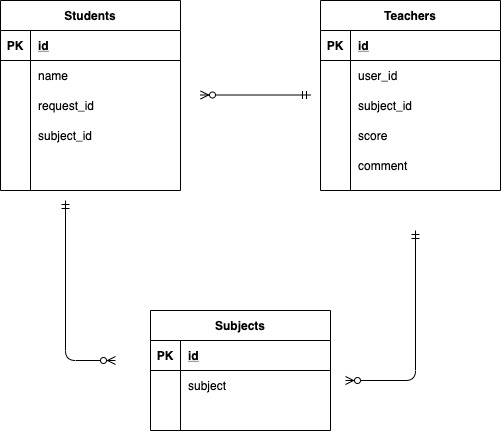
Earlier version of the draw.io export index.drawio.png (nakamura-jin/diagram). Source tidied: cells renumbered, new cells last; positions are measured from the earlier drawing's top-left corner, leaving out a move shared by most shapes.
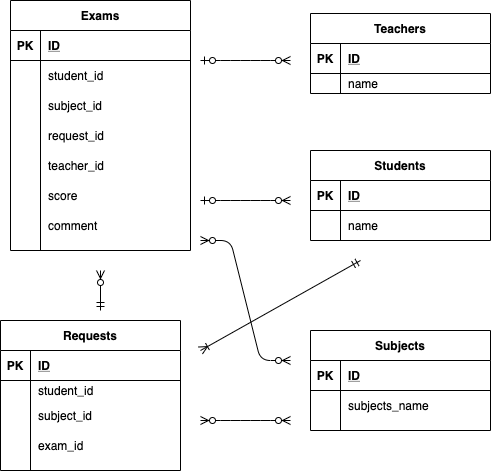
The same diagram one commit later.

Diff of the diagram source:
```diff
@@ -2,155 +2,209 @@
   <root>
     <mxCell id="0" />
     <mxCell id="1" parent="0" />
-    <mxCell id="2" value="Students" style="shape=table;startSize=30;rowLines=0;fontStyle=1;align=center;" parent="1" vertex="1">
-      <mxGeometry width="180" height="190" as="geometry" />
-    </mxCell>
-    <mxCell id="3" style="shape=partialRectangle;fillColor=none;top=0;left=0;bottom=1;right=0;" parent="2" vertex="1">
-      <mxGeometry y="30" width="180" height="30" as="geometry" />
-    </mxCell>
-    <mxCell id="4" value="PK" style="shape=partialRectangle;fillColor=none;top=0;left=0;bottom=0;right=0;fontStyle=1;overflow=hidden;" parent="3" vertex="1">
-      <mxGeometry width="30" height="30" as="geometry" />
-    </mxCell>
-    <mxCell id="5" value="id" style="shape=partialRectangle;fillColor=none;top=0;left=0;bottom=0;right=0;align=left;spacingLeft=6;fontStyle=5;overflow=hidden;" parent="3" vertex="1">
-      <mxGeometry x="30" width="150" height="30" as="geometry" />
-    </mxCell>
-    <mxCell id="6" style="shape=partialRectangle;fillColor=none;top=0;left=0;bottom=0;right=0;" parent="2" vertex="1">
-      <mxGeometry y="60" width="180" height="30" as="geometry" />
-    </mxCell>
-    <mxCell id="7" style="shape=partialRectangle;fillColor=none;top=0;left=0;bottom=0;right=0;overflow=hidden;" parent="6" vertex="1">
-      <mxGeometry width="30" height="30" as="geometry" />
-    </mxCell>
+    <mxCell id="33" value="Students" style="shape=table;startSize=30;rowLines=0;fontStyle=1;align=center;" parent="1" vertex="1">
+      <mxGeometry x="280" y="110" width="180" height="90" as="geometry" />
+    </mxCell>
+    <mxCell id="47" style="shape=partialRectangle;fillColor=none;top=0;left=0;bottom=1;right=0;" parent="33" vertex="1">
+      <mxGeometry y="30" width="180" height="30" as="geometry" />
+    </mxCell>
+    <mxCell id="48" value="PK" style="shape=partialRectangle;fillColor=none;top=0;left=0;bottom=0;right=0;fontStyle=1;overflow=hidden;" parent="47" vertex="1">
+      <mxGeometry width="30" height="30" as="geometry" />
+    </mxCell>
+    <mxCell id="49" value="ID" style="shape=partialRectangle;fillColor=none;top=0;left=0;bottom=0;right=0;align=left;spacingLeft=6;fontStyle=5;overflow=hidden;" parent="47" vertex="1">
+      <mxGeometry x="30" width="150" height="30" as="geometry" />
+    </mxCell>
+    <mxCell id="50" style="shape=partialRectangle;fillColor=none;top=0;left=0;bottom=0;right=0;" parent="33" vertex="1">
+      <mxGeometry y="60" width="180" height="30" as="geometry" />
+    </mxCell>
+    <mxCell id="51" style="shape=partialRectangle;fillColor=none;top=0;left=0;bottom=0;right=0;overflow=hidden;" parent="50" vertex="1">
+      <mxGeometry width="30" height="30" as="geometry" />
+    </mxCell>
-    <mxCell id="8" value="name" style="shape=partialRectangle;fillColor=none;top=0;left=0;bottom=0;right=0;align=left;spacingLeft=6;overflow=hidden;" parent="6" vertex="1">
+    <mxCell id="8" value="name" style="shape=partialRectangle;fillColor=none;top=0;left=0;bottom=0;right=0;align=left;spacingLeft=6;overflow=hidden;" parent="50" vertex="1">
       <mxGeometry x="30" width="150" height="30" as="geometry" />
     </mxCell>
-    <mxCell id="9" style="shape=partialRectangle;fillColor=none;top=0;left=0;bottom=0;right=0;" parent="2" vertex="1">
-      <mxGeometry y="90" width="180" height="30" as="geometry" />
-    </mxCell>
-    <mxCell id="10" style="shape=partialRectangle;fillColor=none;top=0;left=0;bottom=0;right=0;overflow=hidden;" parent="9" vertex="1">
-      <mxGeometry width="30" height="30" as="geometry" />
-    </mxCell>
+    <mxCell id="18" value="Teachers" style="shape=table;startSize=30;rowLines=0;fontStyle=1;align=center;" parent="1" vertex="1">
+      <mxGeometry x="280" y="-27" width="180" height="80" as="geometry" />
+    </mxCell>
+    <mxCell id="52" style="shape=partialRectangle;fillColor=none;top=0;left=0;bottom=1;right=0;" parent="18" vertex="1">
+      <mxGeometry y="30" width="180" height="30" as="geometry" />
+    </mxCell>
+    <mxCell id="53" value="PK" style="shape=partialRectangle;fillColor=none;top=0;left=0;bottom=0;right=0;fontStyle=1;overflow=hidden;" parent="52" vertex="1">
+      <mxGeometry width="30" height="30" as="geometry" />
+    </mxCell>
+    <mxCell id="54" value="ID" style="shape=partialRectangle;fillColor=none;top=0;left=0;bottom=0;right=0;align=left;spacingLeft=6;fontStyle=5;overflow=hidden;" parent="52" vertex="1">
+      <mxGeometry x="30" width="150" height="30" as="geometry" />
+    </mxCell>
+    <mxCell id="55" style="shape=partialRectangle;fillColor=none;top=0;left=0;bottom=0;right=0;" parent="18" vertex="1">
+      <mxGeometry y="60" width="180" height="20" as="geometry" />
+    </mxCell>
+    <mxCell id="56" style="shape=partialRectangle;fillColor=none;top=0;left=0;bottom=0;right=0;overflow=hidden;" parent="55" vertex="1">
+      <mxGeometry width="30" height="20" as="geometry" />
+    </mxCell>
+    <mxCell id="57" value="name" style="shape=partialRectangle;fillColor=none;top=0;left=0;bottom=0;right=0;align=left;spacingLeft=6;overflow=hidden;" parent="55" vertex="1">
+      <mxGeometry x="30" width="150" height="20" as="geometry" />
+    </mxCell>
+    <mxCell id="36" value="Subjects" style="shape=table;startSize=30;rowLines=0;fontStyle=1;align=center;" parent="1" vertex="1">
+      <mxGeometry x="280" y="290" width="180" height="100" as="geometry" />
+    </mxCell>
+    <mxCell id="58" style="shape=partialRectangle;fillColor=none;top=0;left=0;bottom=1;right=0;" parent="36" vertex="1">
+      <mxGeometry y="30" width="180" height="30" as="geometry" />
+    </mxCell>
+    <mxCell id="59" value="PK" style="shape=partialRectangle;fillColor=none;top=0;left=0;bottom=0;right=0;fontStyle=1;overflow=hidden;" parent="58" vertex="1">
+      <mxGeometry width="30" height="30" as="geometry" />
+    </mxCell>
+    <mxCell id="60" value="ID" style="shape=partialRectangle;fillColor=none;top=0;left=0;bottom=0;right=0;align=left;spacingLeft=6;fontStyle=5;overflow=hidden;" parent="58" vertex="1">
+      <mxGeometry x="30" width="150" height="30" as="geometry" />
+    </mxCell>
+    <mxCell id="61" style="shape=partialRectangle;fillColor=none;top=0;left=0;bottom=0;right=0;" parent="36" vertex="1">
+      <mxGeometry y="60" width="180" height="30" as="geometry" />
+    </mxCell>
+    <mxCell id="62" style="shape=partialRectangle;fillColor=none;top=0;left=0;bottom=0;right=0;overflow=hidden;" parent="61" vertex="1">
+      <mxGeometry width="30" height="30" as="geometry" />
+    </mxCell>
+    <mxCell id="63" value="subjects_name" style="shape=partialRectangle;fillColor=none;top=0;left=0;bottom=0;right=0;align=left;spacingLeft=6;overflow=hidden;" parent="61" vertex="1">
+      <mxGeometry x="30" width="150" height="30" as="geometry" />
+    </mxCell>
+    <mxCell id="64" value="Requests" style="shape=table;startSize=30;rowLines=0;fontStyle=1;align=center;" parent="1" vertex="1">
+      <mxGeometry x="-30" y="280" width="180" height="150" as="geometry" />
+    </mxCell>
+    <mxCell id="65" style="shape=partialRectangle;fillColor=none;top=0;left=0;bottom=1;right=0;" parent="64" vertex="1">
+      <mxGeometry y="30" width="180" height="30" as="geometry" />
+    </mxCell>
+    <mxCell id="66" value="PK" style="shape=partialRectangle;fillColor=none;top=0;left=0;bottom=0;right=0;fontStyle=1;overflow=hidden;" parent="65" vertex="1">
+      <mxGeometry width="30" height="30" as="geometry" />
+    </mxCell>
+    <mxCell id="67" value="ID" style="shape=partialRectangle;fillColor=none;top=0;left=0;bottom=0;right=0;align=left;spacingLeft=6;fontStyle=5;overflow=hidden;" parent="65" vertex="1">
+      <mxGeometry x="30" width="150" height="30" as="geometry" />
+    </mxCell>
+    <mxCell id="68" style="shape=partialRectangle;fillColor=none;top=0;left=0;bottom=0;right=0;" parent="64" vertex="1">
+      <mxGeometry y="60" width="180" height="20" as="geometry" />
+    </mxCell>
+    <mxCell id="69" style="shape=partialRectangle;fillColor=none;top=0;left=0;bottom=0;right=0;overflow=hidden;" parent="68" vertex="1">
+      <mxGeometry width="30" height="20" as="geometry" />
+    </mxCell>
+    <mxCell id="70" value="student_id" style="shape=partialRectangle;fillColor=none;top=0;left=0;bottom=0;right=0;align=left;spacingLeft=6;overflow=hidden;" parent="68" vertex="1">
+      <mxGeometry x="30" width="150" height="20" as="geometry" />
+    </mxCell>
+    <mxCell id="71" style="shape=partialRectangle;fillColor=none;top=0;left=0;bottom=0;right=0;" parent="64" vertex="1">
+      <mxGeometry y="80" width="180" height="30" as="geometry" />
+    </mxCell>
+    <mxCell id="72" style="shape=partialRectangle;fillColor=none;top=0;left=0;bottom=0;right=0;overflow=hidden;" parent="71" vertex="1">
+      <mxGeometry width="30" height="30" as="geometry" />
+    </mxCell>
+    <mxCell id="73" value="subject_id" style="shape=partialRectangle;fillColor=none;top=0;left=0;bottom=0;right=0;align=left;spacingLeft=6;overflow=hidden;" parent="71" vertex="1">
+      <mxGeometry x="30" width="150" height="30" as="geometry" />
+    </mxCell>
+    <mxCell id="74" style="shape=partialRectangle;fillColor=none;top=0;left=0;bottom=0;right=0;" parent="64" vertex="1">
+      <mxGeometry y="110" width="180" height="30" as="geometry" />
+    </mxCell>
+    <mxCell id="75" style="shape=partialRectangle;fillColor=none;top=0;left=0;bottom=0;right=0;overflow=hidden;" parent="74" vertex="1">
+      <mxGeometry width="30" height="30" as="geometry" />
+    </mxCell>
+    <mxCell id="76" value="exam_id" style="shape=partialRectangle;fillColor=none;top=0;left=0;bottom=0;right=0;align=left;spacingLeft=6;overflow=hidden;" parent="74" vertex="1">
+      <mxGeometry x="30" width="150" height="30" as="geometry" />
+    </mxCell>
+    <mxCell id="77" value="Exams" style="shape=table;startSize=30;rowLines=0;fontStyle=1;align=center;" parent="1" vertex="1">
+      <mxGeometry x="-20" y="-40" width="180" height="250" as="geometry" />
+    </mxCell>
+    <mxCell id="78" style="shape=partialRectangle;fillColor=none;top=0;left=0;bottom=1;right=0;" parent="77" vertex="1">
+      <mxGeometry y="30" width="180" height="30" as="geometry" />
+    </mxCell>
+    <mxCell id="79" value="PK" style="shape=partialRectangle;fillColor=none;top=0;left=0;bottom=0;right=0;fontStyle=1;overflow=hidden;" parent="78" vertex="1">
+      <mxGeometry width="30" height="30" as="geometry" />
+    </mxCell>
+    <mxCell id="80" value="ID" style="shape=partialRectangle;fillColor=none;top=0;left=0;bottom=0;right=0;align=left;spacingLeft=6;fontStyle=5;overflow=hidden;" parent="78" vertex="1">
+      <mxGeometry x="30" width="150" height="30" as="geometry" />
+    </mxCell>
+    <mxCell id="81" style="shape=partialRectangle;fillColor=none;top=0;left=0;bottom=0;right=0;" parent="77" vertex="1">
+      <mxGeometry y="60" width="180" height="30" as="geometry" />
+    </mxCell>
+    <mxCell id="82" style="shape=partialRectangle;fillColor=none;top=0;left=0;bottom=0;right=0;overflow=hidden;" parent="81" vertex="1">
+      <mxGeometry width="30" height="30" as="geometry" />
+    </mxCell>
+    <mxCell id="83" value="student_id" style="shape=partialRectangle;fillColor=none;top=0;left=0;bottom=0;right=0;align=left;spacingLeft=6;overflow=hidden;" parent="81" vertex="1">
+      <mxGeometry x="30" width="150" height="30" as="geometry" />
+    </mxCell>
+    <mxCell id="84" style="shape=partialRectangle;fillColor=none;top=0;left=0;bottom=0;right=0;" parent="77" vertex="1">
+      <mxGeometry y="90" width="180" height="30" as="geometry" />
+    </mxCell>
+    <mxCell id="85" style="shape=partialRectangle;fillColor=none;top=0;left=0;bottom=0;right=0;overflow=hidden;" parent="84" vertex="1">
+      <mxGeometry width="30" height="30" as="geometry" />
+    </mxCell>
+    <mxCell id="86" value="subject_id" style="shape=partialRectangle;fillColor=none;top=0;left=0;bottom=0;right=0;align=left;spacingLeft=6;overflow=hidden;" parent="84" vertex="1">
+      <mxGeometry x="30" width="150" height="30" as="geometry" />
+    </mxCell>
+    <mxCell id="87" style="shape=partialRectangle;fillColor=none;top=0;left=0;bottom=0;right=0;" parent="77" vertex="1">
+      <mxGeometry y="120" width="180" height="30" as="geometry" />
+    </mxCell>
+    <mxCell id="88" style="shape=partialRectangle;fillColor=none;top=0;left=0;bottom=0;right=0;overflow=hidden;" parent="87" vertex="1">
+      <mxGeometry width="30" height="30" as="geometry" />
+    </mxCell>
-    <mxCell id="11" value="request_id" style="shape=partialRectangle;fillColor=none;top=0;left=0;bottom=0;right=0;align=left;spacingLeft=6;overflow=hidden;" parent="9" vertex="1">
+    <mxCell id="11" value="request_id" style="shape=partialRectangle;fillColor=none;top=0;left=0;bottom=0;right=0;align=left;spacingLeft=6;overflow=hidden;" parent="87" vertex="1">
       <mxGeometry x="30" width="150" height="30" as="geometry" />
     </mxCell>
-    <mxCell id="12" style="shape=partialRectangle;fillColor=none;top=0;left=0;bottom=0;right=0;" parent="2" vertex="1">
-      <mxGeometry y="120" width="180" height="30" as="geometry" />
-    </mxCell>
-    <mxCell id="13" style="shape=partialRectangle;fillColor=none;top=0;left=0;bottom=0;right=0;overflow=hidden;" parent="12" vertex="1">
-      <mxGeometry width="30" height="30" as="geometry" />
-    </mxCell>
-    <mxCell id="14" value="subject_id" style="shape=partialRectangle;fillColor=none;top=0;left=0;bottom=0;right=0;align=left;spacingLeft=6;overflow=hidden;" parent="12" vertex="1">
-      <mxGeometry x="30" width="150" height="30" as="geometry" />
-    </mxCell>
-    <mxCell id="15" style="shape=partialRectangle;fillColor=none;top=0;left=0;bottom=0;right=0;" parent="2" vertex="1">
-      <mxGeometry y="150" width="180" height="30" as="geometry" />
-    </mxCell>
-    <mxCell id="16" style="shape=partialRectangle;fillColor=none;top=0;left=0;bottom=0;right=0;overflow=hidden;" parent="15" vertex="1">
-      <mxGeometry width="30" height="30" as="geometry" />
-    </mxCell>
-    <mxCell id="17" style="shape=partialRectangle;fillColor=none;top=0;left=0;bottom=0;right=0;align=left;spacingLeft=6;overflow=hidden;" parent="15" vertex="1">
-      <mxGeometry x="30" width="150" height="30" as="geometry" />
-    </mxCell>
-    <mxCell id="18" value="Teachers" style="shape=table;startSize=30;rowLines=0;fontStyle=1;align=center;" parent="1" vertex="1">
-      <mxGeometry x="320" width="180" height="190" as="geometry" />
-    </mxCell>
-    <mxCell id="19" style="shape=partialRectangle;fillColor=none;top=0;left=0;bottom=1;right=0;" parent="18" vertex="1">
-      <mxGeometry y="30" width="180" height="30" as="geometry" />
-    </mxCell>
-    <mxCell id="20" value="PK" style="shape=partialRectangle;fillColor=none;top=0;left=0;bottom=0;right=0;fontStyle=1;overflow=hidden;" parent="19" vertex="1">
-      <mxGeometry width="30" height="30" as="geometry" />
-    </mxCell>
-    <mxCell id="21" value="id" style="shape=partialRectangle;fillColor=none;top=0;left=0;bottom=0;right=0;align=left;spacingLeft=6;fontStyle=5;overflow=hidden;" parent="19" vertex="1">
-      <mxGeometry x="30" width="150" height="30" as="geometry" />
-    </mxCell>
-    <mxCell id="22" style="shape=partialRectangle;fillColor=none;top=0;left=0;bottom=0;right=0;" parent="18" vertex="1">
-      <mxGeometry y="60" width="180" height="30" as="geometry" />
-    </mxCell>
-    <mxCell id="23" style="shape=partialRectangle;fillColor=none;top=0;left=0;bottom=0;right=0;overflow=hidden;" parent="22" vertex="1">
-      <mxGeometry width="30" height="30" as="geometry" />
-    </mxCell>
-    <mxCell id="24" value="user_id" style="shape=partialRectangle;fillColor=none;top=0;left=0;bottom=0;right=0;align=left;spacingLeft=6;overflow=hidden;" parent="22" vertex="1">
-      <mxGeometry x="30" width="150" height="30" as="geometry" />
-    </mxCell>
-    <mxCell id="25" style="shape=partialRectangle;fillColor=none;top=0;left=0;bottom=0;right=0;" parent="18" vertex="1">
-      <mxGeometry y="90" width="180" height="30" as="geometry" />
-    </mxCell>
-    <mxCell id="26" style="shape=partialRectangle;fillColor=none;top=0;left=0;bottom=0;right=0;overflow=hidden;" parent="25" vertex="1">
-      <mxGeometry width="30" height="30" as="geometry" />
-    </mxCell>
-    <mxCell id="27" value="subject_id" style="shape=partialRectangle;fillColor=none;top=0;left=0;bottom=0;right=0;align=left;spacingLeft=6;overflow=hidden;" parent="25" vertex="1">
-      <mxGeometry x="30" width="150" height="30" as="geometry" />
-    </mxCell>
-    <mxCell id="28" style="shape=partialRectangle;fillColor=none;top=0;left=0;bottom=0;right=0;" parent="18" vertex="1">
-      <mxGeometry y="120" width="180" height="30" as="geometry" />
-    </mxCell>
-    <mxCell id="29" style="shape=partialRectangle;fillColor=none;top=0;left=0;bottom=0;right=0;overflow=hidden;" parent="28" vertex="1">
-      <mxGeometry width="30" height="30" as="geometry" />
-    </mxCell>
+    <mxCell id="89" style="shape=partialRectangle;fillColor=none;top=0;left=0;bottom=0;right=0;" parent="77" vertex="1">
+      <mxGeometry y="150" width="180" height="30" as="geometry" />
+    </mxCell>
+    <mxCell id="90" style="shape=partialRectangle;fillColor=none;top=0;left=0;bottom=0;right=0;overflow=hidden;" parent="89" vertex="1">
+      <mxGeometry width="30" height="30" as="geometry" />
+    </mxCell>
+    <mxCell id="91" value="teacher_id" style="shape=partialRectangle;fillColor=none;top=0;left=0;bottom=0;right=0;align=left;spacingLeft=6;overflow=hidden;" parent="89" vertex="1">
+      <mxGeometry x="30" width="150" height="30" as="geometry" />
+    </mxCell>
+    <mxCell id="92" style="shape=partialRectangle;fillColor=none;top=0;left=0;bottom=0;right=0;" parent="77" vertex="1">
+      <mxGeometry y="180" width="180" height="30" as="geometry" />
+    </mxCell>
+    <mxCell id="93" style="shape=partialRectangle;fillColor=none;top=0;left=0;bottom=0;right=0;overflow=hidden;" parent="92" vertex="1">
+      <mxGeometry width="30" height="30" as="geometry" />
+    </mxCell>
-    <mxCell id="30" value="score" style="shape=partialRectangle;fillColor=none;top=0;left=0;bottom=0;right=0;align=left;spacingLeft=6;overflow=hidden;" parent="28" vertex="1">
+    <mxCell id="30" value="score" style="shape=partialRectangle;fillColor=none;top=0;left=0;bottom=0;right=0;align=left;spacingLeft=6;overflow=hidden;" parent="92" vertex="1">
       <mxGeometry x="30" width="150" height="30" as="geometry" />
     </mxCell>
-    <mxCell id="31" style="shape=partialRectangle;fillColor=none;top=0;left=0;bottom=0;right=0;" parent="18" vertex="1">
-      <mxGeometry y="150" width="180" height="30" as="geometry" />
-    </mxCell>
-    <mxCell id="32" style="shape=partialRectangle;fillColor=none;top=0;left=0;bottom=0;right=0;overflow=hidden;" parent="31" vertex="1">
-      <mxGeometry width="30" height="30" as="geometry" />
-    </mxCell>
-    <mxCell id="33" value="comment" style="shape=partialRectangle;fillColor=none;top=0;left=0;bottom=0;right=0;align=left;spacingLeft=6;overflow=hidden;" parent="31" vertex="1">
-      <mxGeometry x="30" width="150" height="30" as="geometry" />
-    </mxCell>
-    <mxCell id="34" style="edgeStyle=elbowEdgeStyle;fontSize=12;html=1;endArrow=ERzeroToMany;startArrow=ERmandOne;" parent="1" edge="1">
-      <mxGeometry relative="1" as="geometry">
-        <mxPoint x="415" y="230" as="sourcePoint" />
-        <mxPoint x="345" y="380" as="targetPoint" />
-        <Array as="points">
-          <mxPoint x="415" y="310" />
-        </Array>
-      </mxGeometry>
-    </mxCell>
-    <mxCell id="35" style="edgeStyle=elbowEdgeStyle;fontSize=12;html=1;endArrow=ERzeroToMany;startArrow=ERmandOne;elbow=vertical;" parent="1" edge="1">
-      <mxGeometry relative="1" as="geometry">
-        <mxPoint x="65" y="200" as="sourcePoint" />
-        <mxPoint x="115" y="360" as="targetPoint" />
-        <Array as="points">
-          <mxPoint x="55" y="360" />
-        </Array>
-      </mxGeometry>
-    </mxCell>
-    <mxCell id="36" value="Subjects" style="shape=table;startSize=30;rowLines=0;fontStyle=1;align=center;" parent="1" vertex="1">
-      <mxGeometry x="150" y="310" width="180" height="120" as="geometry" />
-    </mxCell>
-    <mxCell id="37" style="shape=partialRectangle;fillColor=none;top=0;left=0;bottom=1;right=0;" parent="36" vertex="1">
-      <mxGeometry y="30" width="180" height="30" as="geometry" />
-    </mxCell>
-    <mxCell id="38" value="PK" style="shape=partialRectangle;fillColor=none;top=0;left=0;bottom=0;right=0;fontStyle=1;overflow=hidden;" parent="37" vertex="1">
-      <mxGeometry width="30" height="30" as="geometry" />
-    </mxCell>
-    <mxCell id="39" value="id" style="shape=partialRectangle;fillColor=none;top=0;left=0;bottom=0;right=0;align=left;spacingLeft=6;fontStyle=5;overflow=hidden;" parent="37" vertex="1">
-      <mxGeometry x="30" width="150" height="30" as="geometry" />
-    </mxCell>
-    <mxCell id="40" style="shape=partialRectangle;fillColor=none;top=0;left=0;bottom=0;right=0;" parent="36" vertex="1">
-      <mxGeometry y="60" width="180" height="30" as="geometry" />
-    </mxCell>
-    <mxCell id="41" style="shape=partialRectangle;fillColor=none;top=0;left=0;bottom=0;right=0;overflow=hidden;" parent="40" vertex="1">
-      <mxGeometry width="30" height="30" as="geometry" />
-    </mxCell>
-    <mxCell id="42" value="subject" style="shape=partialRectangle;fillColor=none;top=0;left=0;bottom=0;right=0;align=left;spacingLeft=6;overflow=hidden;" parent="40" vertex="1">
-      <mxGeometry x="30" width="150" height="30" as="geometry" />
-    </mxCell>
-    <mxCell id="43" style="shape=partialRectangle;fillColor=none;top=0;left=0;bottom=0;right=0;" parent="36" vertex="1">
-      <mxGeometry y="90" width="180" height="30" as="geometry" />
-    </mxCell>
-    <mxCell id="44" style="shape=partialRectangle;fillColor=none;top=0;left=0;bottom=0;right=0;overflow=hidden;" parent="43" vertex="1">
-      <mxGeometry width="30" height="30" as="geometry" />
-    </mxCell>
-    <mxCell id="45" style="shape=partialRectangle;fillColor=none;top=0;left=0;bottom=0;right=0;align=left;spacingLeft=6;overflow=hidden;" parent="43" vertex="1">
-      <mxGeometry x="30" width="150" height="30" as="geometry" />
-    </mxCell>
-    <mxCell id="46" style="fontSize=12;html=1;endArrow=ERzeroToMany;startArrow=ERmandOne;" parent="1" edge="1">
-      <mxGeometry relative="1" as="geometry">
-        <mxPoint x="310" y="94.5" as="sourcePoint" />
-        <mxPoint x="200" y="94.5" as="targetPoint" />
-      </mxGeometry>
-    </mxCell>
+    <mxCell id="94" style="shape=partialRectangle;fillColor=none;top=0;left=0;bottom=0;right=0;" parent="77" vertex="1">
+      <mxGeometry y="210" width="180" height="30" as="geometry" />
+    </mxCell>
+    <mxCell id="95" style="shape=partialRectangle;fillColor=none;top=0;left=0;bottom=0;right=0;overflow=hidden;" parent="94" vertex="1">
+      <mxGeometry width="30" height="30" as="geometry" />
+    </mxCell>
+    <mxCell id="96" value="comment" style="shape=partialRectangle;fillColor=none;top=0;left=0;bottom=0;right=0;align=left;spacingLeft=6;overflow=hidden;" parent="94" vertex="1">
+      <mxGeometry x="30" width="150" height="30" as="geometry" />
+    </mxCell>
+    <mxCell id="97" style="edgeStyle=entityRelationEdgeStyle;fontSize=12;html=1;endArrow=ERzeroToMany;startArrow=ERzeroToOne;" parent="1" edge="1">
+      <mxGeometry relative="1" as="geometry">
+        <mxPoint x="170" y="20" as="sourcePoint" />
+        <mxPoint x="260" y="20" as="targetPoint" />
+      </mxGeometry>
+    </mxCell>
+    <mxCell id="98" style="edgeStyle=entityRelationEdgeStyle;fontSize=12;html=1;endArrow=ERzeroToMany;startArrow=ERzeroToOne;" parent="1" edge="1">
+      <mxGeometry relative="1" as="geometry">
+        <mxPoint x="170" y="160" as="sourcePoint" />
+        <mxPoint x="260" y="160" as="targetPoint" />
+      </mxGeometry>
+    </mxCell>
+    <mxCell id="99" style="edgeStyle=entityRelationEdgeStyle;fontSize=12;html=1;endArrow=ERzeroToMany;endFill=1;startArrow=ERzeroToMany;" parent="1" edge="1">
+      <mxGeometry relative="1" as="geometry">
+        <mxPoint x="170" y="380" as="sourcePoint" />
+        <mxPoint x="260" y="380" as="targetPoint" />
+      </mxGeometry>
+    </mxCell>
+    <mxCell id="100" style="fontSize=12;html=1;endArrow=ERzeroToMany;startArrow=ERmandOne;" parent="1" edge="1">
+      <mxGeometry relative="1" as="geometry">
+        <mxPoint x="70" y="270" as="sourcePoint" />
+        <mxPoint x="70" y="230" as="targetPoint" />
+      </mxGeometry>
+    </mxCell>
+    <mxCell id="101" style="edgeStyle=entityRelationEdgeStyle;fontSize=12;html=1;endArrow=ERzeroToMany;endFill=1;startArrow=ERzeroToMany;" parent="1" edge="1">
+      <mxGeometry relative="1" as="geometry">
+        <mxPoint x="170" y="200" as="sourcePoint" />
+        <mxPoint x="260" y="320" as="targetPoint" />
+      </mxGeometry>
+    </mxCell>
+    <mxCell id="102" style="fontSize=12;html=1;endArrow=ERoneToMany;startArrow=ERmandOne;elbow=vertical;" parent="1" edge="1">
+      <mxGeometry relative="1" as="geometry">
+        <mxPoint x="330" y="220" as="sourcePoint" />
+        <mxPoint x="170" y="310" as="targetPoint" />
+      </mxGeometry>
+    </mxCell>
   </root>
 </mxGraphModel>
```
